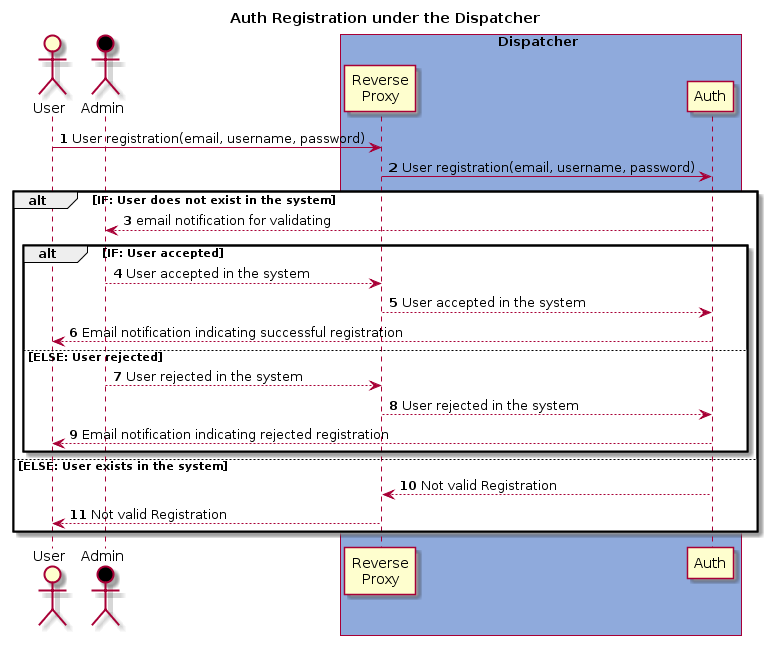
5genesis/Dispatcher keeps this PlantUML diagram as images/user_registration.png. Above is the earlier version. Its diagram source:
```plantuml
@startuml
title Auth Registration under the Dispatcher
autonumber

actor User
actor Admin #Black
box Dispatcher #8FAADC
    participant RP as "Reverse\nProxy"
    participant Auth
end box



    User -> RP: User registration(email, username, password)
    RP -> Auth: User registration(email, username, password)

    alt IF: User does not exist in the system
        Auth --> Admin: email notification for validating

        alt IF: User accepted
            Admin --> RP: User accepted in the system
            RP --> Auth: User accepted in the system
            Auth --> User: Email notification indicating successful registration

        else ELSE: User rejected
            Admin --> RP: User rejected in the system
            RP --> Auth: User rejected in the system
            Auth --> User: Email notification indicating rejected registration
        end

    else ELSE: User exists in the system
        Auth --> RP: Not valid Registration
        RP --> User: Not valid Registration
    end
@enduml
```
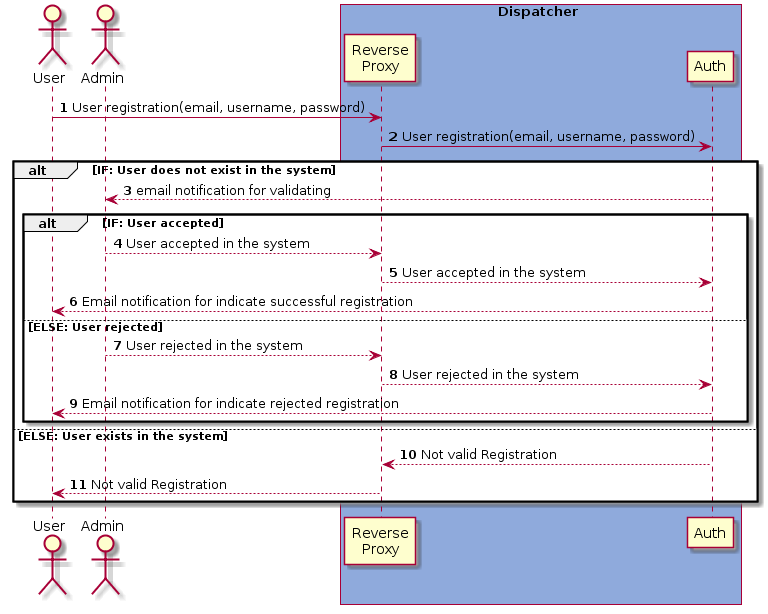
The same file after the commit.

Diff of the diagram source:
```diff
@@ -1,9 +1,8 @@
 @startuml
-title Auth Registration under the Dispatcher
 autonumber
 
 actor User
-actor Admin #Black
+actor Admin
 box Dispatcher #8FAADC
     participant RP as "Reverse\nProxy"
     participant Auth
@@ -20,12 +19,12 @@
         alt IF: User accepted
             Admin --> RP: User accepted in the system
             RP --> Auth: User accepted in the system
-            Auth --> User: Email notification indicating successful registration
+            Auth --> User: Email notification for indicate successful registration
 
         else ELSE: User rejected
             Admin --> RP: User rejected in the system
             RP --> Auth: User rejected in the system
-            Auth --> User: Email notification indicating rejected registration
+            Auth --> User: Email notification for indicate rejected registration
         end
 
     else ELSE: User exists in the system
```
